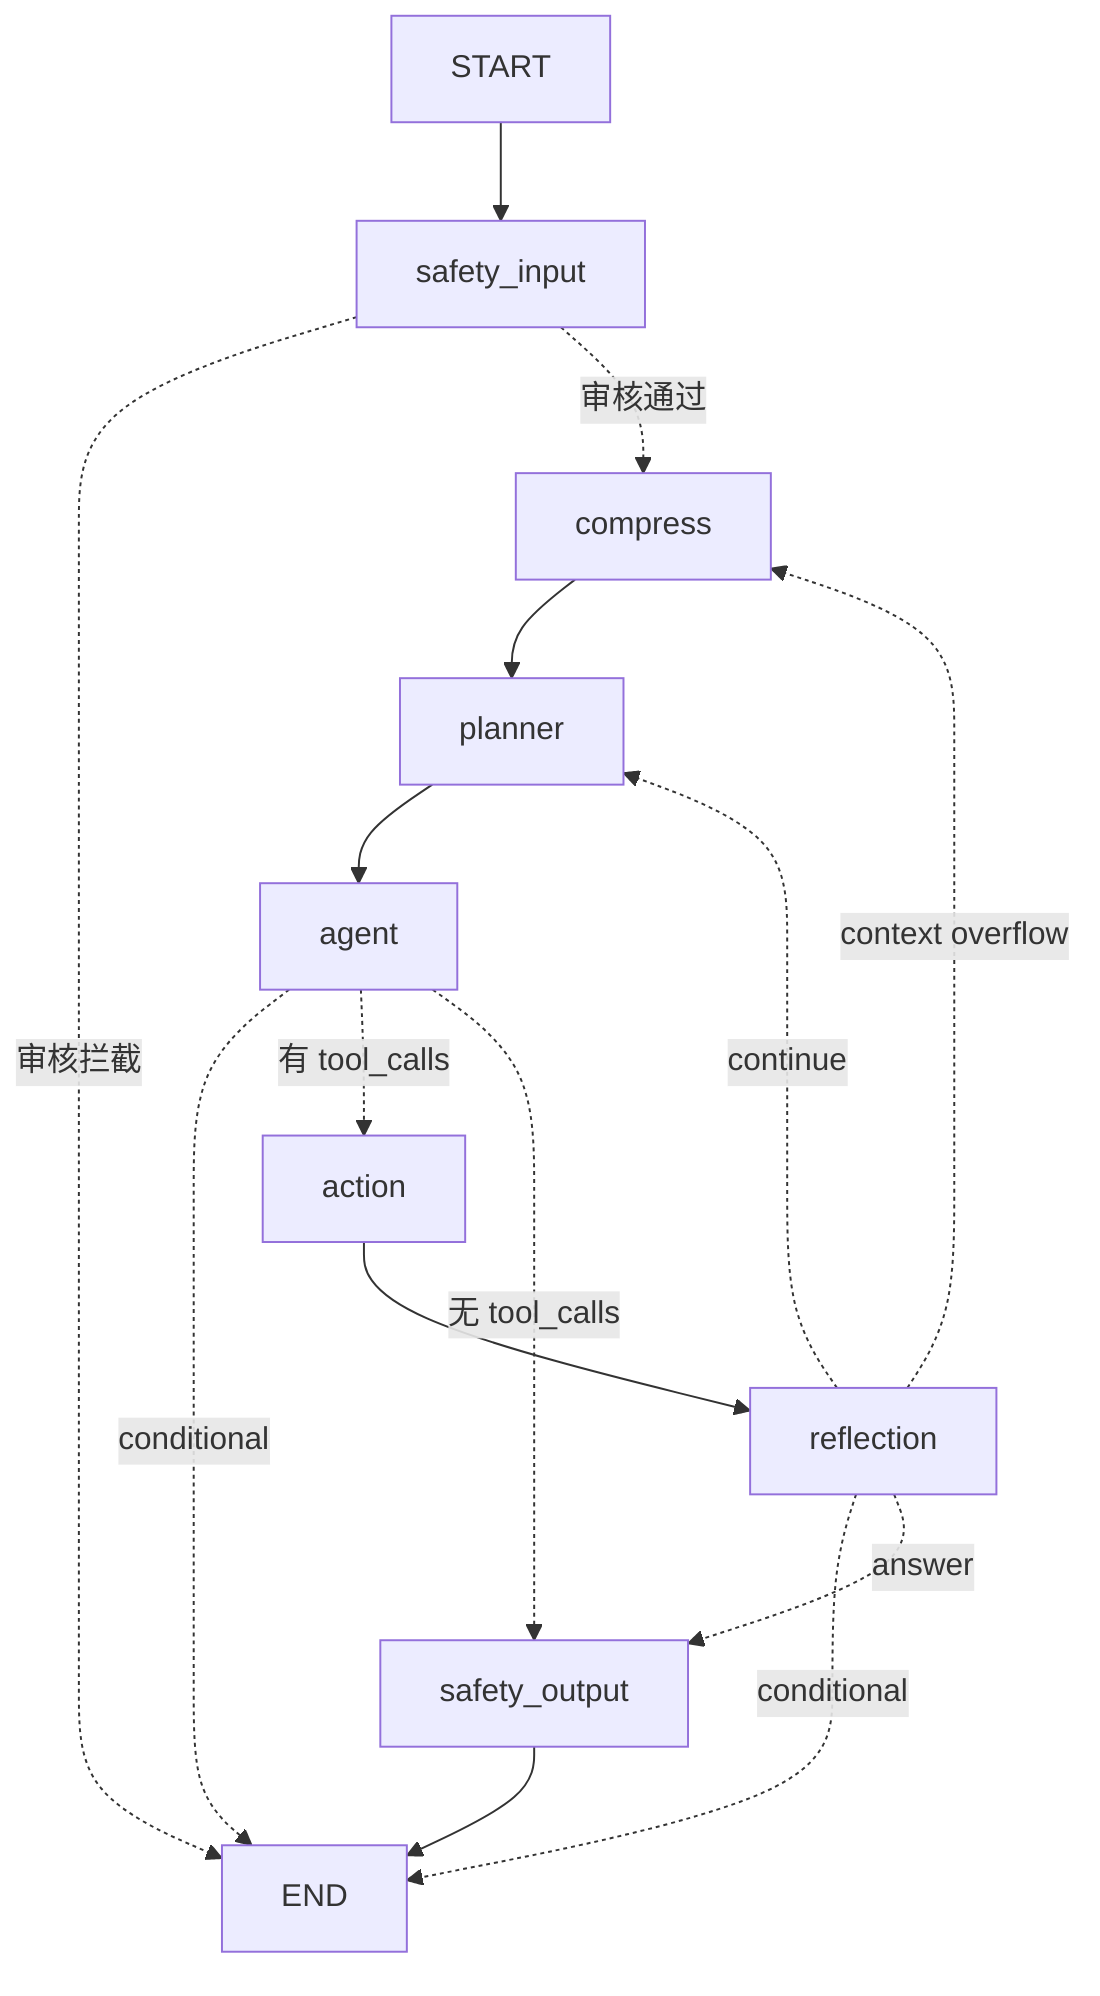
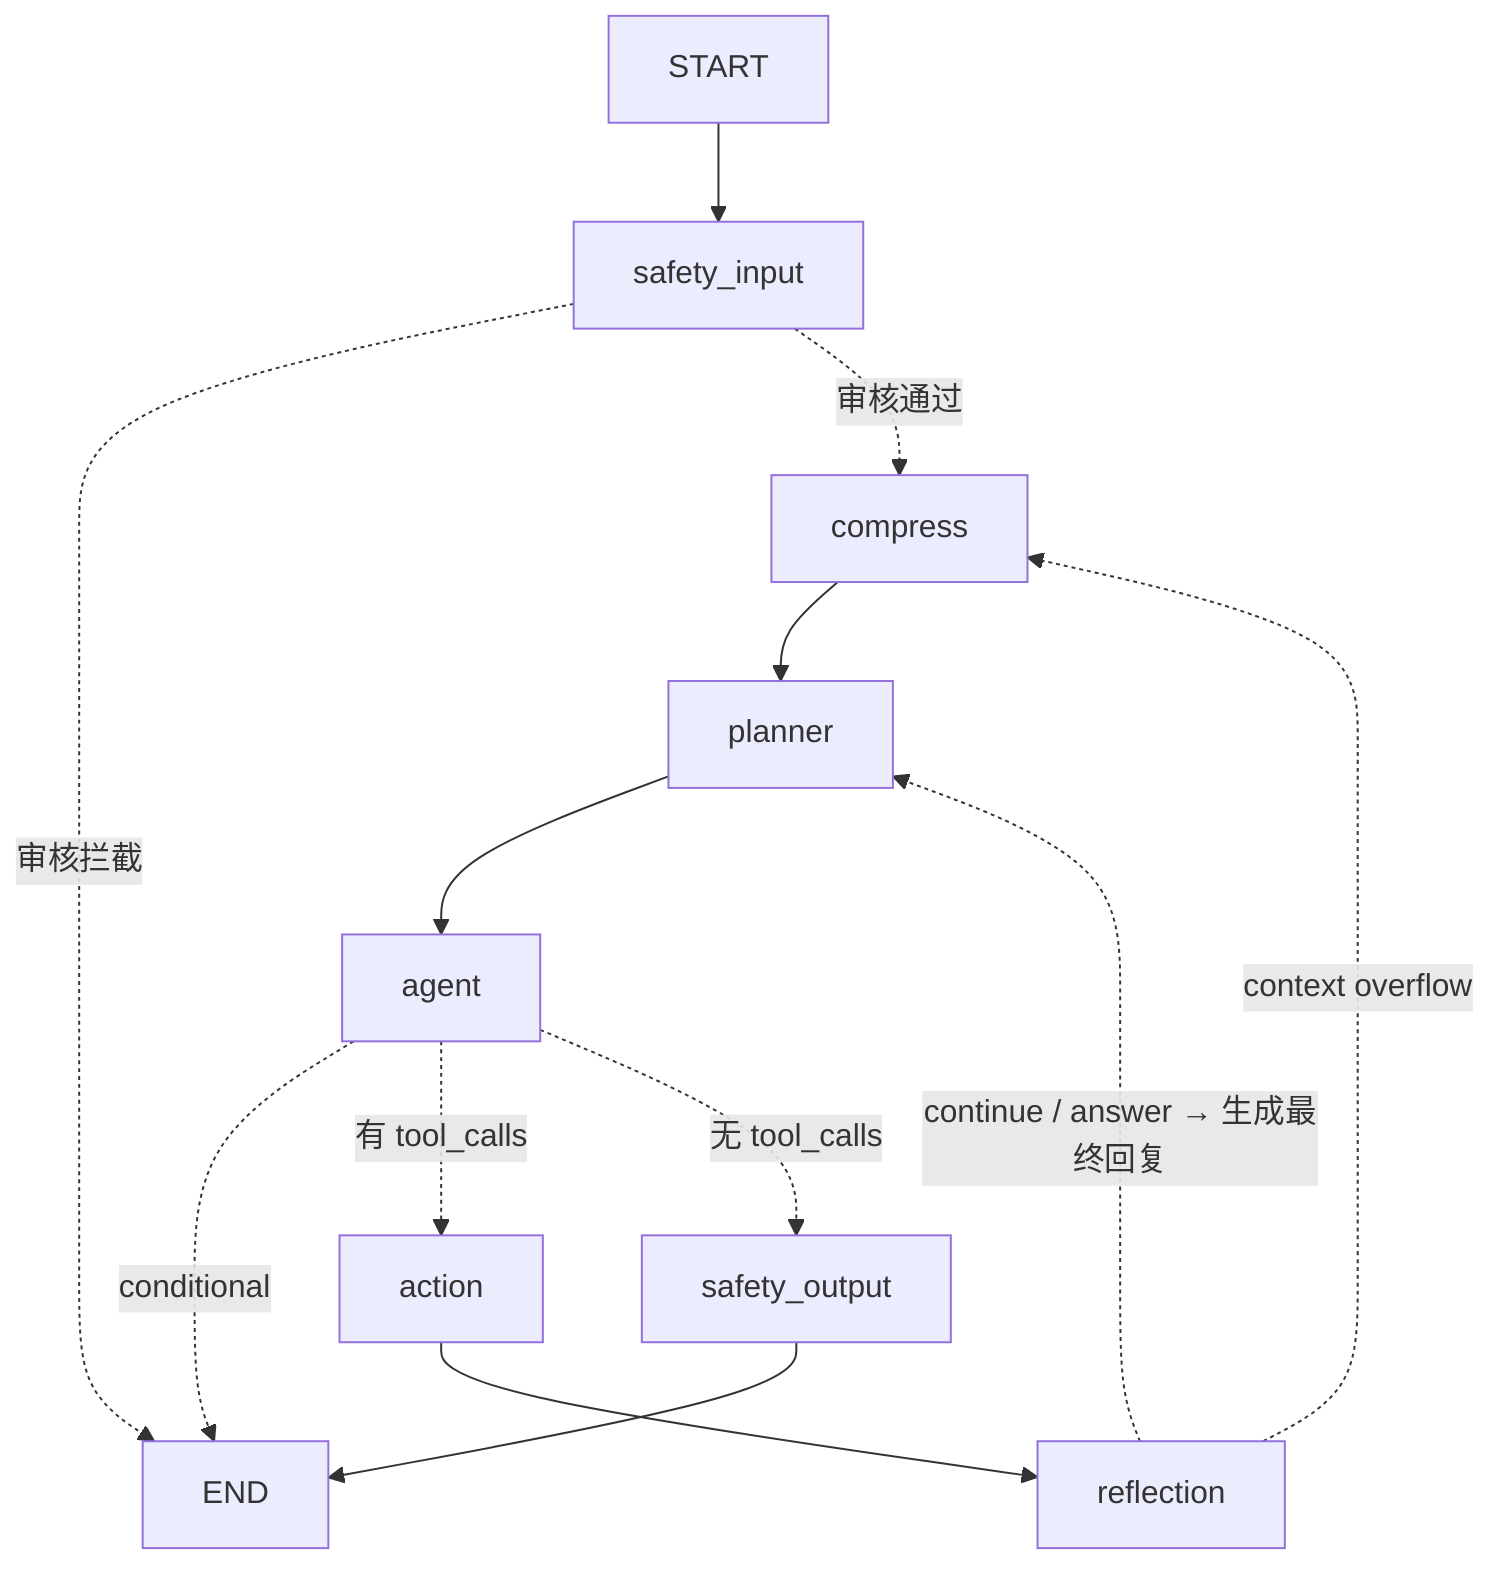
flowchart TD
    internal_start["START"]
    safety_input["safety_input"]
    compress["compress"]
    planner["planner"]
    agent["agent"]
    action["action"]
    reflection["reflection"]
    safety_output["safety_output"]
    internal_end["END"]
    internal_start --> safety_input
    action --> reflection
    agent -. "conditional" .-> internal_end
    agent -. "有 tool_calls" .-> action
    agent -. "无 tool_calls" .-> safety_output
    compress --> planner
    planner --> agent
-     reflection -. "conditional" .-> internal_end
    reflection -. "context overflow" .-> compress
-     reflection -. "continue" .-> planner
-     reflection -. "answer" .-> safety_output
+     reflection -. "continue / answer → 生成最终回复" .-> planner
    safety_input -. "审核拦截" .-> internal_end
    safety_input -. "审核通过" .-> compress
    safety_output --> internal_end
